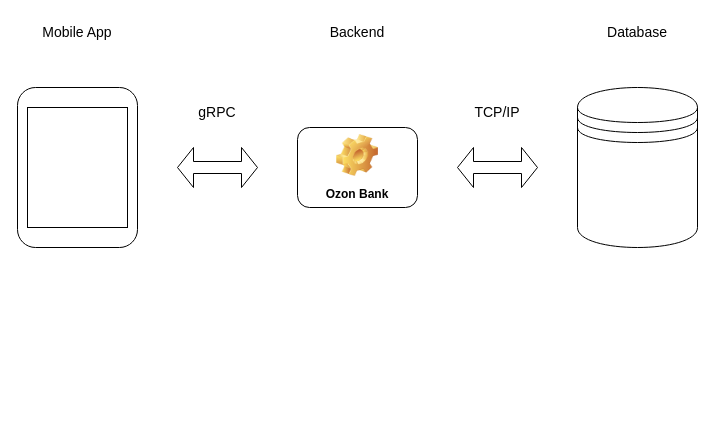
abdullahproff/BSA21_1 keeps this draw.io diagram as Stanley_Kudrow/core/SA/ex05_arch_layout/ex05_arch_layout.drawio. Above is the earlier version. Source tidied: cells renumbered, new cells numbered last; positions are measured from the earlier drawing's top-left corner, leaving out a move shared by most shapes. Both pictures are drawn from the tidied source at 100%, with x=0, y=0 at pixel (17, 17).
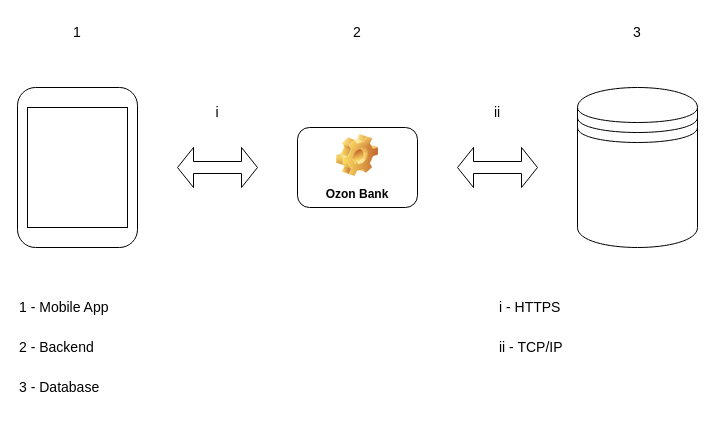
The same page after the edit.

What changed in the source:
```diff
@@
 <mxGraphModel>
   <root>
     <mxCell id="0" />
     <mxCell id="1" parent="0" />
     <mxCell id="2" style="shape=datastore;whiteSpace=wrap;html=1;" parent="1" vertex="1">
       <mxGeometry x="560" y="70" width="120" height="160" as="geometry" />
     </mxCell>
-    <mxCell id="3" value="&lt;font style=&quot;font-size: 14px;&quot;&gt;Database&lt;/font&gt;" style="text;html=1;align=center;verticalAlign=middle;whiteSpace=wrap;rounded=0;" parent="1" vertex="1">
+    <mxCell id="3" value="&lt;span style=&quot;font-size: 14px;&quot;&gt;3&lt;/span&gt;" style="text;html=1;align=center;verticalAlign=middle;whiteSpace=wrap;rounded=0;" parent="1" vertex="1">
       <mxGeometry x="560" width="120" height="30" as="geometry" />
     </mxCell>
     <mxCell id="4" style="rounded=1;whiteSpace=wrap;html=1;" parent="1" vertex="1">
       <mxGeometry y="70" width="120" height="160" as="geometry" />
     </mxCell>
     <mxCell id="5" style="rounded=0;whiteSpace=wrap;html=1;" parent="1" vertex="1">
       <mxGeometry x="10" y="90" width="100" height="120" as="geometry" />
     </mxCell>
-    <mxCell id="6" value="&lt;font style=&quot;font-size: 14px;&quot;&gt;Mobile App&lt;/font&gt;" style="text;html=1;align=center;verticalAlign=middle;whiteSpace=wrap;rounded=0;" parent="1" vertex="1">
+    <mxCell id="6" value="&lt;font style=&quot;font-size: 14px;&quot;&gt;1&lt;/font&gt;" style="text;html=1;align=center;verticalAlign=middle;whiteSpace=wrap;rounded=0;" parent="1" vertex="1">
       <mxGeometry width="120" height="30" as="geometry" />
     </mxCell>
     <mxCell id="7" style="shape=doubleArrow;whiteSpace=wrap;html=1;" parent="1" vertex="1">
       <mxGeometry x="160" y="130" width="80" height="40" as="geometry" />
     </mxCell>
     <mxCell id="8" style="shape=doubleArrow;whiteSpace=wrap;html=1;" parent="1" vertex="1">
       <mxGeometry x="440" y="130" width="80" height="40" as="geometry" />
     </mxCell>
-    <mxCell id="9" value="&lt;font style=&quot;font-size: 14px;&quot;&gt;gRPC&lt;/font&gt;" style="text;html=1;align=center;verticalAlign=middle;whiteSpace=wrap;rounded=0;" parent="1" vertex="1">
+    <mxCell id="9" value="&lt;span style=&quot;font-size: 14px;&quot;&gt;i&lt;/span&gt;" style="text;html=1;align=center;verticalAlign=middle;whiteSpace=wrap;rounded=0;" parent="1" vertex="1">
       <mxGeometry x="160" y="80" width="80" height="30" as="geometry" />
     </mxCell>
-    <mxCell id="10" value="&lt;font style=&quot;font-size: 14px;&quot;&gt;TCP/IP&lt;/font&gt;" style="text;html=1;align=center;verticalAlign=middle;whiteSpace=wrap;rounded=0;" parent="1" vertex="1">
+    <mxCell id="10" value="&lt;font style=&quot;font-size: 14px;&quot;&gt;ii&lt;/font&gt;" style="text;html=1;align=center;verticalAlign=middle;whiteSpace=wrap;rounded=0;" parent="1" vertex="1">
       <mxGeometry x="440" y="80" width="80" height="30" as="geometry" />
     </mxCell>
     <mxCell id="11" value="Ozon Bank" style="label;whiteSpace=wrap;html=1;align=center;verticalAlign=bottom;spacingLeft=0;spacingBottom=4;imageAlign=center;imageVerticalAlign=top;image=img/clipart/Gear_128x128.png;" parent="1" vertex="1">
       <mxGeometry x="280" y="110" width="120" height="80" as="geometry" />
     </mxCell>
-    <mxCell id="12" value="&lt;font style=&quot;font-size: 14px;&quot;&gt;Backend&lt;/font&gt;" style="text;html=1;align=center;verticalAlign=middle;whiteSpace=wrap;rounded=0;" parent="1" vertex="1">
+    <mxCell id="12" value="&lt;span style=&quot;font-size: 14px;&quot;&gt;2&lt;/span&gt;" style="text;html=1;align=center;verticalAlign=middle;whiteSpace=wrap;rounded=0;" parent="1" vertex="1">
       <mxGeometry x="280" width="120" height="30" as="geometry" />
     </mxCell>
+    <mxCell id="13" value="&lt;font style=&quot;font-size: 14px;&quot;&gt;1 - Mobile App&lt;/font&gt;" style="text;html=1;align=left;verticalAlign=middle;whiteSpace=wrap;rounded=0;" parent="1" vertex="1">
+      <mxGeometry y="270" width="200" height="40" as="geometry" />
+    </mxCell>
+    <mxCell id="14" value="&lt;font style=&quot;font-size: 14px;&quot;&gt;2 -&amp;nbsp;&lt;/font&gt;&lt;span style=&quot;font-size: 14px;&quot;&gt;Backend&lt;/span&gt;" style="text;html=1;align=left;verticalAlign=middle;whiteSpace=wrap;rounded=0;" parent="1" vertex="1">
+      <mxGeometry y="310" width="200" height="40" as="geometry" />
+    </mxCell>
+    <mxCell id="15" value="&lt;div style=&quot;&quot;&gt;&lt;span style=&quot;background-color: initial; font-size: 14px;&quot;&gt;3 -&amp;nbsp;&lt;/span&gt;&lt;span style=&quot;background-color: initial; font-size: 14px;&quot;&gt;Database&lt;/span&gt;&lt;/div&gt;" style="text;html=1;align=left;verticalAlign=middle;whiteSpace=wrap;rounded=0;" parent="1" vertex="1">
+      <mxGeometry y="350" width="200" height="40" as="geometry" />
+    </mxCell>
+    <mxCell id="16" value="&lt;font style=&quot;font-size: 14px;&quot;&gt;i - HTTPS&lt;/font&gt;" style="text;html=1;align=left;verticalAlign=middle;whiteSpace=wrap;rounded=0;" parent="1" vertex="1">
+      <mxGeometry x="480" y="270" width="200" height="40" as="geometry" />
+    </mxCell>
+    <mxCell id="17" value="&lt;font style=&quot;font-size: 14px;&quot;&gt;ii - TCP/IP&lt;/font&gt;" style="text;html=1;align=left;verticalAlign=middle;whiteSpace=wrap;rounded=0;" parent="1" vertex="1">
+      <mxGeometry x="480" y="310" width="200" height="40" as="geometry" />
+    </mxCell>
   </root>
 </mxGraphModel>
```
